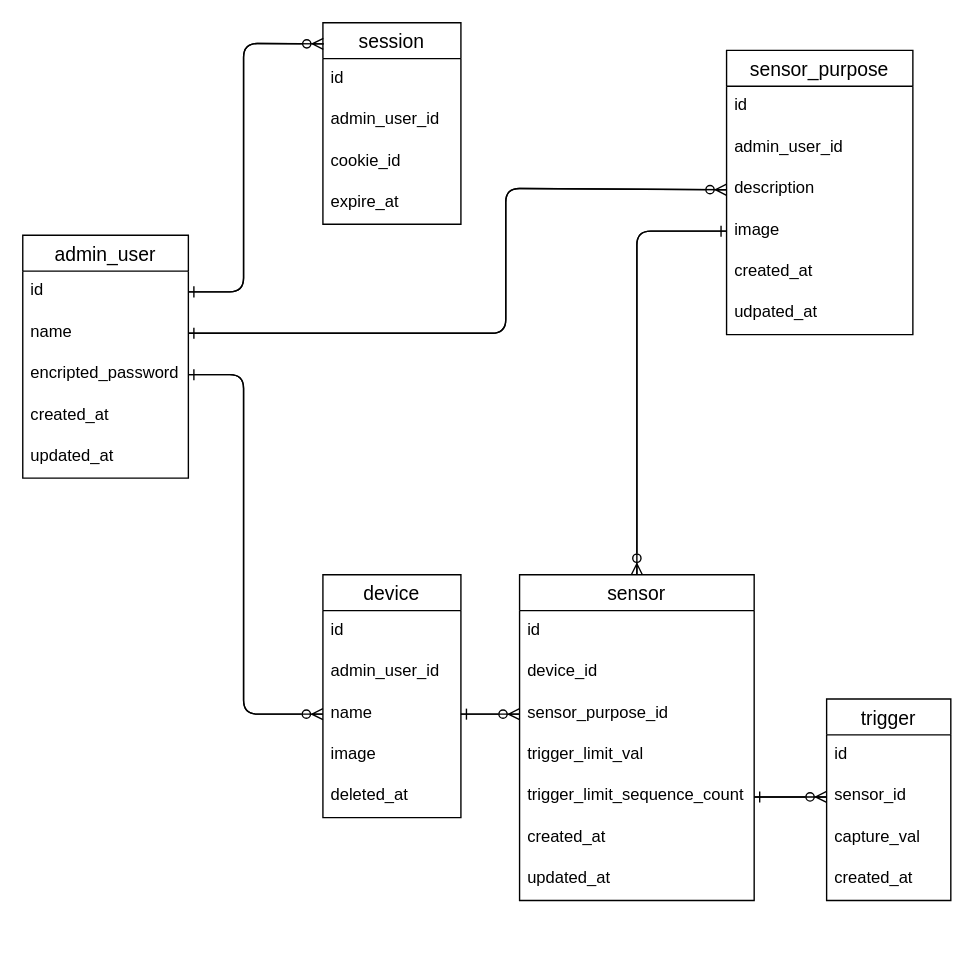
The draw.io diagram src/backend/ER.dio in YSawc/pyum, before the edit. Source tidied: cells renumbered, new cells numbered last; positions are measured from the earlier drawing's top-left corner, leaving out a move shared by most shapes. Both pictures are drawn from the tidied source at 138%, with x=0, y=0 at pixel (22, 22).
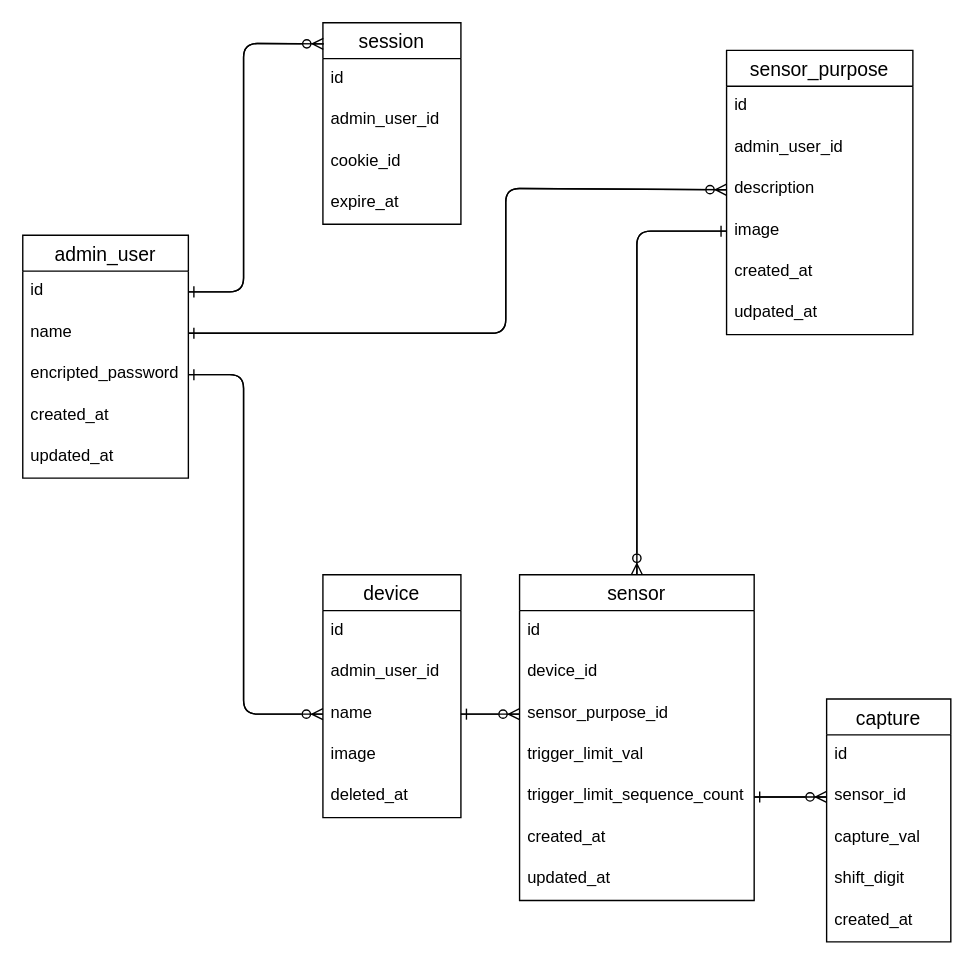
After the change.

Commit message (it also covers changes not shown here):
update: add capture model

Diff of the diagram source:
```diff
@@
-    <mxCell id="21" value="trigger" style="swimlane;fontStyle=0;horizontal=1;startSize=26;align=center;fontSize=14;" parent="1" vertex="1">
-      <mxGeometry x="582.5" y="490" width="90" height="146" as="geometry" />
+    <mxCell id="21" value="capture" style="swimlane;fontStyle=0;horizontal=1;startSize=26;align=center;fontSize=14;" parent="1" vertex="1">
+      <mxGeometry x="582.5" y="490" width="90" height="176" as="geometry" />
     </mxCell>
@@
+    <mxCell id="51" value="capture_val" style="text;strokeColor=none;fillColor=none;spacingLeft=4;spacingRight=4;overflow=hidden;fontSize=12;" parent="21" vertex="1">
+      <mxGeometry y="86" width="90" height="30" as="geometry" />
+    </mxCell>
-    <mxCell id="24" value="capture_val" style="text;strokeColor=none;fillColor=none;spacingLeft=4;spacingRight=4;overflow=hidden;fontSize=12;" parent="21" vertex="1">
-      <mxGeometry y="86" width="90" height="30" as="geometry" />
+    <mxCell id="24" value="shift_digit" style="text;strokeColor=none;fillColor=none;spacingLeft=4;spacingRight=4;overflow=hidden;fontSize=12;" parent="21" vertex="1">
+      <mxGeometry y="116" width="90" height="30" as="geometry" />
     </mxCell>
     <mxCell id="25" value="created_at" style="text;strokeColor=none;fillColor=none;spacingLeft=4;spacingRight=4;overflow=hidden;fontSize=12;" parent="21" vertex="1">
-      <mxGeometry y="116" width="90" height="30" as="geometry" />
+      <mxGeometry y="146" width="90" height="30" as="geometry" />
     </mxCell>
```
